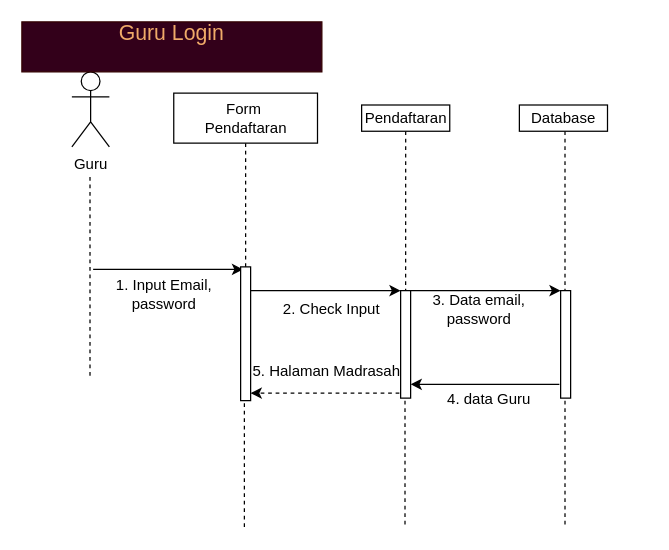
The draw.io diagram page "SQG-Login" (5 of 29) of draw.io/Proyek-3.drawio in Tugas-Proyek-Polindra/proyek-3, before the edit. Source tidied: cells renumbered, new cells numbered last; positions are measured from the earlier drawing's top-left corner, leaving out a move shared by most shapes. Both pictures are drawn from the tidied source at 125%, with x=0, y=0 at pixel (21, 21).
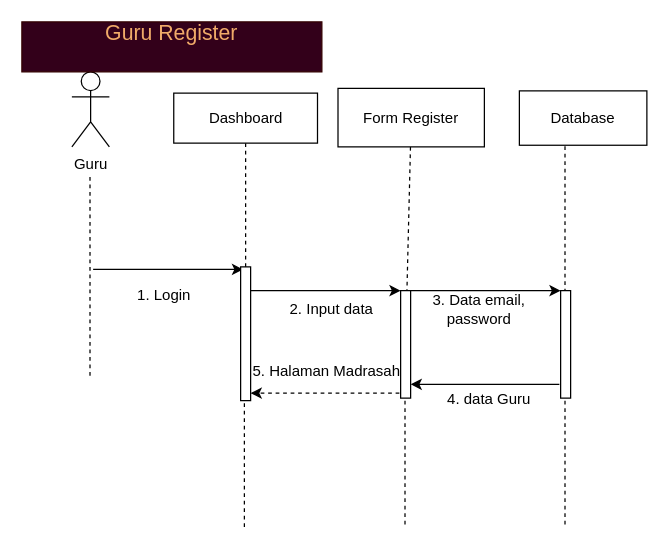
The same diagram, later.

Diff of the diagram source:
```diff
@@
-    <mxCell id="4" value="1. Input Email, password" style="text;html=1;strokeColor=none;fillColor=none;align=center;verticalAlign=middle;whiteSpace=wrap;rounded=0;" parent="1" vertex="1">
-      <mxGeometry x="49" y="208" width="130" height="20" as="geometry" />
-    </mxCell>
@@
-    <mxCell id="6" value="Form&amp;nbsp;&lt;br&gt;Pendaftaran" style="rounded=0;whiteSpace=wrap;html=1;" parent="1" vertex="1">
+    <mxCell id="6" value="Dashboard" style="rounded=0;whiteSpace=wrap;html=1;" parent="1" vertex="1">
       <mxGeometry x="121.5" y="57" width="115" height="40" as="geometry" />
     </mxCell>
@@
-    <mxCell id="17" value="Pendaftaran" style="rounded=0;whiteSpace=wrap;html=1;" parent="1" vertex="1">
-      <mxGeometry x="271.8" y="66.5" width="70.5" height="21" as="geometry" />
+    <mxCell id="17" value="Form Register" style="rounded=0;whiteSpace=wrap;html=1;" parent="1" vertex="1">
+      <mxGeometry x="252.9" y="53.2" width="117.1" height="46.8" as="geometry" />
     </mxCell>
@@
     <mxCell id="19" value="Database" style="rounded=0;whiteSpace=wrap;html=1;" parent="1" vertex="1">
-      <mxGeometry x="398" y="66.5" width="70.5" height="21" as="geometry" />
+      <mxGeometry x="398" y="55.2" width="102" height="43.5" as="geometry" />
     </mxCell>
@@
-    <mxCell id="25" value="2. Check Input" style="text;html=1;strokeColor=none;fillColor=none;align=center;verticalAlign=middle;whiteSpace=wrap;rounded=0;" parent="1" vertex="1">
+    <mxCell id="25" value="2. Input data" style="text;html=1;strokeColor=none;fillColor=none;align=center;verticalAlign=middle;whiteSpace=wrap;rounded=0;" parent="1" vertex="1">
       <mxGeometry x="183" y="220" width="130" height="20" as="geometry" />
     </mxCell>
-    <mxCell id="26" value="&lt;font color=&quot;#f0aa69&quot;&gt;&lt;span style=&quot;font-size: 17px&quot;&gt;Guru Login&lt;br&gt;&lt;br&gt;&lt;/span&gt;&lt;/font&gt;" style="text;html=1;align=center;verticalAlign=middle;whiteSpace=wrap;rounded=0;fontColor=#333333;strokeColor=#330000;fillColor=#33001A;" parent="1" vertex="1">
+    <mxCell id="26" value="&lt;font color=&quot;#f0aa69&quot;&gt;&lt;span style=&quot;font-size: 17px&quot;&gt;Guru Register&lt;br&gt;&lt;br&gt;&lt;/span&gt;&lt;/font&gt;" style="text;html=1;align=center;verticalAlign=middle;whiteSpace=wrap;rounded=0;fontColor=#333333;strokeColor=#330000;fillColor=#33001A;" parent="1" vertex="1">
       <mxGeometry width="240" height="40" as="geometry" />
     </mxCell>
+    <mxCell id="27" value="1. Login" style="text;html=1;strokeColor=none;fillColor=none;align=center;verticalAlign=middle;whiteSpace=wrap;rounded=0;" parent="1" vertex="1">
+      <mxGeometry x="49" y="208" width="130" height="22" as="geometry" />
+    </mxCell>
```
